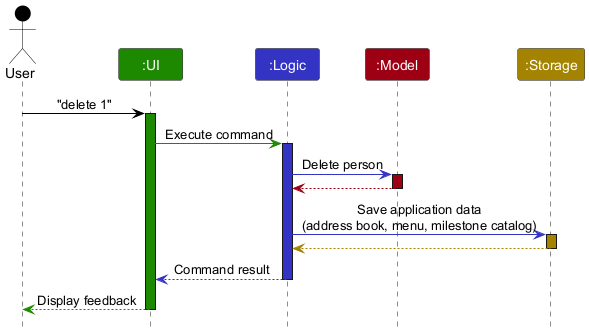
Earlier version of the PlantUML export docs/images/ArchitectureSequenceDiagram.png (AY2627S1-CS2103T-F12-3/tp). The source it was exported from:
```plantuml
@startuml
!include style.puml
skinparam ArrowFontStyle plain

Actor User as user USER_COLOR
Participant ":UI" as ui UI_COLOR
Participant ":Logic" as logic LOGIC_COLOR
Participant ":Model" as model MODEL_COLOR
Participant ":Storage" as storage STORAGE_COLOR

user -[USER_COLOR]> ui : "delete 1"
activate ui UI_COLOR

ui -[UI_COLOR]> logic : Execute command
activate logic LOGIC_COLOR

logic -[LOGIC_COLOR]> model : Delete person
activate model MODEL_COLOR

model --[MODEL_COLOR]> logic
deactivate model

logic -[LOGIC_COLOR]> storage : Save application data\n(address book, menu, milestone catalog)
activate storage STORAGE_COLOR

storage --[STORAGE_COLOR]> logic
deactivate storage

logic --[LOGIC_COLOR]> ui : Command result
deactivate logic

ui--[UI_COLOR]> user : Display feedback
deactivate ui
@enduml
```
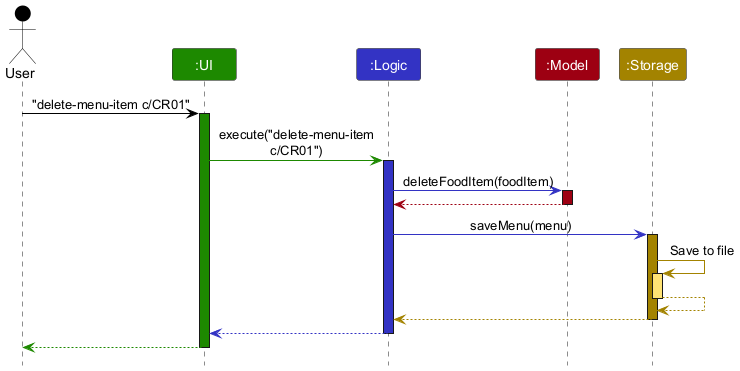
The same diagram one commit later.

Commit message:
Update architecture sequence diagram to illustrate menu item deletion

The edit, as a diff of the source:
```diff
@@ -1,6 +1,8 @@
 @startuml
 !include style.puml
 skinparam ArrowFontStyle plain
+skinparam ParticipantPadding 5
+skinparam MaxMessageSize 180
 
 Actor User as user USER_COLOR
 Participant ":UI" as ui UI_COLOR
@@ -8,27 +10,32 @@
 Participant ":Model" as model MODEL_COLOR
 Participant ":Storage" as storage STORAGE_COLOR
 
-user -[USER_COLOR]> ui : "delete 1"
+user -[USER_COLOR]> ui : "delete-menu-item c/CR01"
 activate ui UI_COLOR
 
-ui -[UI_COLOR]> logic : Execute command
+ui -[UI_COLOR]> logic : execute("delete-menu-item c/CR01")
 activate logic LOGIC_COLOR
 
-logic -[LOGIC_COLOR]> model : Delete person
+logic -[LOGIC_COLOR]> model : deleteFoodItem(foodItem)
 activate model MODEL_COLOR
 
-model --[MODEL_COLOR]> logic
+model -[MODEL_COLOR]-> logic
 deactivate model
 
-logic -[LOGIC_COLOR]> storage : Save application data\n(address book, menu, milestone catalog)
+logic -[LOGIC_COLOR]> storage : saveMenu(menu)
 activate storage STORAGE_COLOR
+
+storage -[STORAGE_COLOR]> storage : Save to file
+activate storage STORAGE_COLOR_T1
+storage --[STORAGE_COLOR]> storage
+deactivate storage
 
 storage --[STORAGE_COLOR]> logic
 deactivate storage
 
-logic --[LOGIC_COLOR]> ui : Command result
+logic --[LOGIC_COLOR]> ui
 deactivate logic
 
-ui--[UI_COLOR]> user : Display feedback
+ui--[UI_COLOR]> user
 deactivate ui
 @enduml
```
